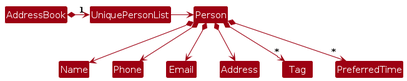
Above: diagrams/BetterModelClassDiagram.png in ChenLeiyu/tp (PlantUML), before the change. Its source is kept beside it as diagrams/BetterModelClassDiagram.puml.
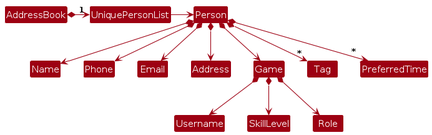
The same diagram one commit later.

Change to the diagram source:
```diff
@@ -12,6 +12,11 @@
 Person *--> Phone
 Person *--> Email
 Person *--> Address
+Person *--> Game
 Person *--> "*" Tag
 Person *--> "*" PreferredTime
+
+Game *--> Username
+Game *--> SkillLevel
+Game *--> Role
 @enduml
```
